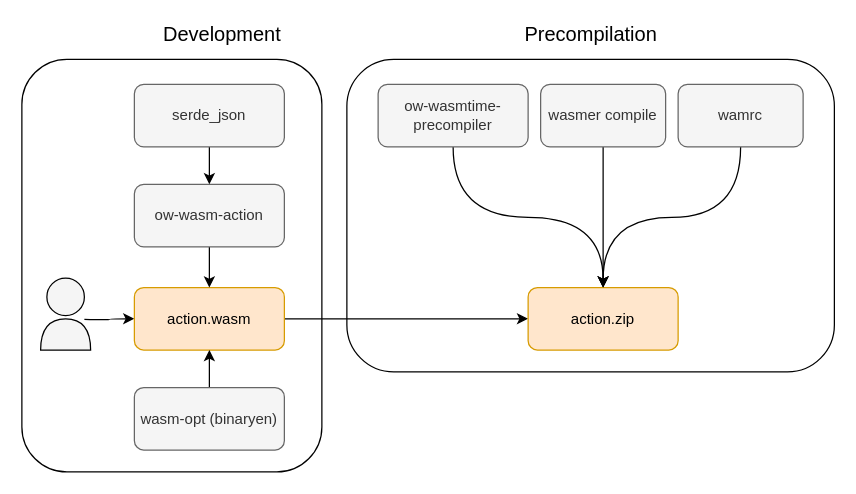
The draw.io diagram figures/drawio/ActionCreationFlow.drawio in PhilippGackstatter/diploma-thesis, before the edit. Source tidied: cells renumbered, new cells numbered last; positions are measured from the earlier drawing's top-left corner, leaving out a move shared by most shapes. Both pictures are drawn from the tidied source at 125%, with x=0, y=0 at pixel (21, 21).
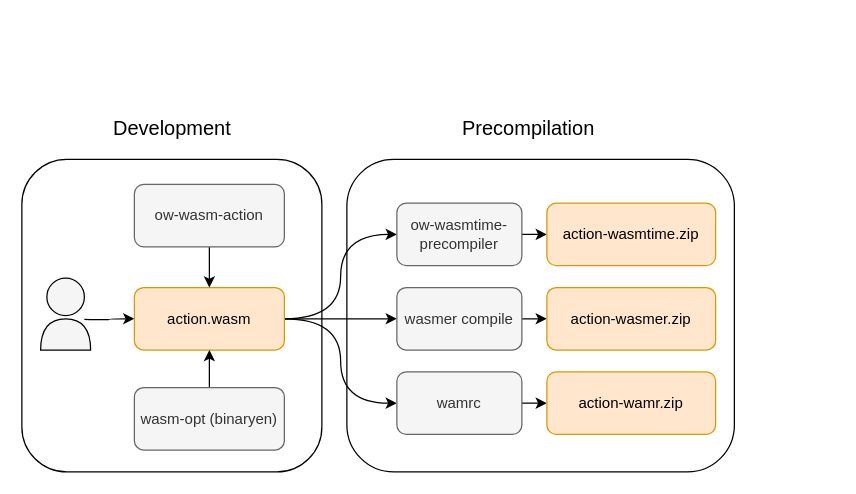
The same diagram, later.

Commit message (it also covers changes not shown here):
design: Rework the action dev flow figure

The change refers to these unchanged cells:
```xml
<mxCell id="7" value="&lt;font face=&quot;JetBrains Mono&quot;&gt;action.wasm&lt;/font&gt;" style="rounded=1;whiteSpace=wrap;html=1;fillColor=#ffe6cc;strokeColor=#d79b00;fontSize=12;" parent="1" vertex="1">
  <mxGeometry x="90" y="212.5" width="120" height="50" as="geometry" />
</mxCell>
<mxCell id="10" value="&lt;font face=&quot;JetBrains Mono&quot;&gt;ow-wasm-action&lt;/font&gt;" style="rounded=1;whiteSpace=wrap;html=1;fillColor=#f5f5f5;strokeColor=#666666;fontSize=12;fontColor=#333333;" parent="1" vertex="1">
  <mxGeometry x="90" y="130" width="120" height="50" as="geometry" />
</mxCell>
```

Change to the diagram source:
```diff
@@
     <mxCell id="2" style="rounded=1;whiteSpace=wrap;html=1;labelBackgroundColor=#F5F5F5;" parent="1" vertex="1">
-      <mxGeometry y="30" width="240" height="330" as="geometry" />
+      <mxGeometry y="110" width="240" height="250" as="geometry" />
     </mxCell>
     <mxCell id="3" style="rounded=1;whiteSpace=wrap;html=1;labelBackgroundColor=#F5F5F5;" parent="1" vertex="1">
-      <mxGeometry x="260" y="30" width="390" height="250" as="geometry" />
+      <mxGeometry x="260" y="110" width="310" height="250" as="geometry" />
     </mxCell>
@@
-    <mxCell id="5" style="edgeStyle=orthogonalEdgeStyle;curved=1;jettySize=auto;html=1;entryX=0;entryY=0.5;entryDx=0;entryDy=0;" parent="1" edge="1" source="7" target="17">
+    <mxCell id="5" style="edgeStyle=orthogonalEdgeStyle;curved=1;jettySize=auto;html=1;entryX=0;entryY=0.5;entryDx=0;entryDy=0;" parent="1" edge="1" source="21" target="17">
       <mxGeometry relative="1" as="geometry" />
     </mxCell>
@@
+    <mxCell id="24" style="edgeStyle=orthogonalEdgeStyle;jettySize=auto;html=1;entryX=0;entryY=0.5;entryDx=0;entryDy=0;curved=1;" parent="1" edge="1" source="7" target="16">
+      <mxGeometry relative="1" as="geometry" />
+    </mxCell>
+    <mxCell id="25" style="edgeStyle=orthogonalEdgeStyle;curved=1;jettySize=auto;html=1;entryX=0;entryY=0.5;entryDx=0;entryDy=0;" parent="1" edge="1" source="7" target="21">
+      <mxGeometry relative="1" as="geometry" />
+    </mxCell>
+    <mxCell id="26" style="edgeStyle=orthogonalEdgeStyle;curved=1;jettySize=auto;html=1;entryX=0;entryY=0.5;entryDx=0;entryDy=0;" parent="1" edge="1" source="7" target="19">
+      <mxGeometry relative="1" as="geometry" />
+    </mxCell>
@@
-    <mxCell id="11" style="edgeStyle=orthogonalEdgeStyle;curved=1;jettySize=auto;html=1;entryX=0.5;entryY=0;entryDx=0;entryDy=0;" parent="1" edge="1" source="12" target="10">
-      <mxGeometry relative="1" as="geometry" />
-    </mxCell>
-    <mxCell id="12" value="&lt;font face=&quot;JetBrains Mono&quot;&gt;serde_json&lt;/font&gt;" style="rounded=1;whiteSpace=wrap;html=1;fillColor=#f5f5f5;strokeColor=#666666;fontSize=12;fontColor=#333333;" parent="1" vertex="1">
-      <mxGeometry x="90" y="50" width="120" height="50" as="geometry" />
-    </mxCell>
@@
-    <mxCell id="15" style="edgeStyle=orthogonalEdgeStyle;curved=1;jettySize=auto;html=1;entryX=0.5;entryY=0;entryDx=0;entryDy=0;exitX=0.5;exitY=1;exitDx=0;exitDy=0;" parent="1" edge="1" source="16" target="17">
-      <mxGeometry relative="1" as="geometry" />
-    </mxCell>
+    <mxCell id="27" style="edgeStyle=orthogonalEdgeStyle;curved=1;jettySize=auto;html=1;entryX=0;entryY=0.5;entryDx=0;entryDy=0;" parent="1" edge="1" source="16" target="29">
+      <mxGeometry relative="1" as="geometry" />
+    </mxCell>
     <mxCell id="16" value="&lt;font face=&quot;JetBrains Mono&quot;&gt;ow-wasmtime-precompiler&lt;/font&gt;" style="rounded=1;whiteSpace=wrap;html=1;fillColor=#f5f5f5;strokeColor=#666666;fontSize=12;fontColor=#333333;" parent="1" vertex="1">
-      <mxGeometry x="285" y="50" width="120" height="50" as="geometry" />
+      <mxGeometry x="300" y="145" width="100" height="50" as="geometry" />
     </mxCell>
-    <mxCell id="17" value="&lt;font face=&quot;JetBrains Mono&quot;&gt;action.zip&lt;/font&gt;" style="rounded=1;whiteSpace=wrap;html=1;fillColor=#ffe6cc;strokeColor=#d79b00;fontSize=12;" parent="1" vertex="1">
-      <mxGeometry x="405" y="212.5" width="120" height="50" as="geometry" />
+    <mxCell id="17" value="&lt;font face=&quot;JetBrains Mono&quot;&gt;action-wasmer.zip&lt;/font&gt;" style="rounded=1;whiteSpace=wrap;html=1;fillColor=#ffe6cc;strokeColor=#d79b00;fontSize=12;" parent="1" vertex="1">
+      <mxGeometry x="420" y="212.5" width="135" height="50" as="geometry" />
     </mxCell>
-    <mxCell id="18" style="edgeStyle=orthogonalEdgeStyle;curved=1;jettySize=auto;html=1;entryX=0.5;entryY=0;entryDx=0;entryDy=0;" parent="1" edge="1" source="19" target="17">
-      <mxGeometry relative="1" as="geometry" />
-    </mxCell>
+    <mxCell id="28" style="edgeStyle=orthogonalEdgeStyle;curved=1;jettySize=auto;html=1;entryX=0;entryY=0.5;entryDx=0;entryDy=0;" parent="1" edge="1" source="19" target="30">
+      <mxGeometry relative="1" as="geometry" />
+    </mxCell>
     <mxCell id="19" value="&lt;font face=&quot;JetBrains Mono&quot;&gt;wamrc&lt;/font&gt;" style="rounded=1;whiteSpace=wrap;html=1;fillColor=#f5f5f5;strokeColor=#666666;fontSize=12;fontColor=#333333;" parent="1" vertex="1">
-      <mxGeometry x="525" y="50" width="100" height="50" as="geometry" />
+      <mxGeometry x="300" y="280" width="100" height="50" as="geometry" />
     </mxCell>
-    <mxCell id="20" style="edgeStyle=orthogonalEdgeStyle;curved=1;jettySize=auto;html=1;entryX=0.5;entryY=0;entryDx=0;entryDy=0;" parent="1" edge="1" source="21" target="17">
-      <mxGeometry relative="1" as="geometry" />
-    </mxCell>
-    <mxCell id="21" value="&lt;font face=&quot;JetBrains Mono&quot;&gt;wasmer compile&lt;/font&gt;" style="rounded=1;whiteSpace=wrap;html=1;fillColor=#f5f5f5;strokeColor=#666666;fontSize=12;fontColor=#333333;" parent="1" vertex="1">
-      <mxGeometry x="415" y="50" width="100" height="50" as="geometry" />
-    </mxCell>
     <mxCell id="22" value="Precompilation" style="text;html=1;align=center;verticalAlign=middle;fontFamily=linux biolinum o;fontSize=16;" parent="1" vertex="1">
-      <mxGeometry x="395" width="120" height="20" as="geometry" />
+      <mxGeometry x="345" y="75" width="120" height="20" as="geometry" />
     </mxCell>
     <mxCell id="23" value="Development" style="text;html=1;align=center;verticalAlign=middle;fontFamily=linux biolinum o;fontSize=16;" parent="1" vertex="1">
-      <mxGeometry x="110" width="100" height="20" as="geometry" />
+      <mxGeometry x="70" y="75" width="100" height="20" as="geometry" />
     </mxCell>
+    <mxCell id="21" value="&lt;font face=&quot;JetBrains Mono&quot;&gt;wasmer compile&lt;/font&gt;" style="rounded=1;whiteSpace=wrap;html=1;fillColor=#f5f5f5;strokeColor=#666666;fontSize=12;fontColor=#333333;" parent="1" vertex="1">
+      <mxGeometry x="300" y="212.5" width="100" height="50" as="geometry" />
+    </mxCell>
+    <mxCell id="29" value="&lt;font face=&quot;JetBrains Mono&quot;&gt;action-wasmtime.zip&lt;/font&gt;" style="rounded=1;whiteSpace=wrap;html=1;fillColor=#ffe6cc;strokeColor=#d79b00;fontSize=12;" parent="1" vertex="1">
+      <mxGeometry x="420" y="145" width="135" height="50" as="geometry" />
+    </mxCell>
+    <mxCell id="30" value="&lt;font face=&quot;JetBrains Mono&quot;&gt;action-wamr.zip&lt;/font&gt;" style="rounded=1;whiteSpace=wrap;html=1;fillColor=#ffe6cc;strokeColor=#d79b00;fontSize=12;" parent="1" vertex="1">
+      <mxGeometry x="420" y="280" width="135" height="50" as="geometry" />
+    </mxCell>
```
